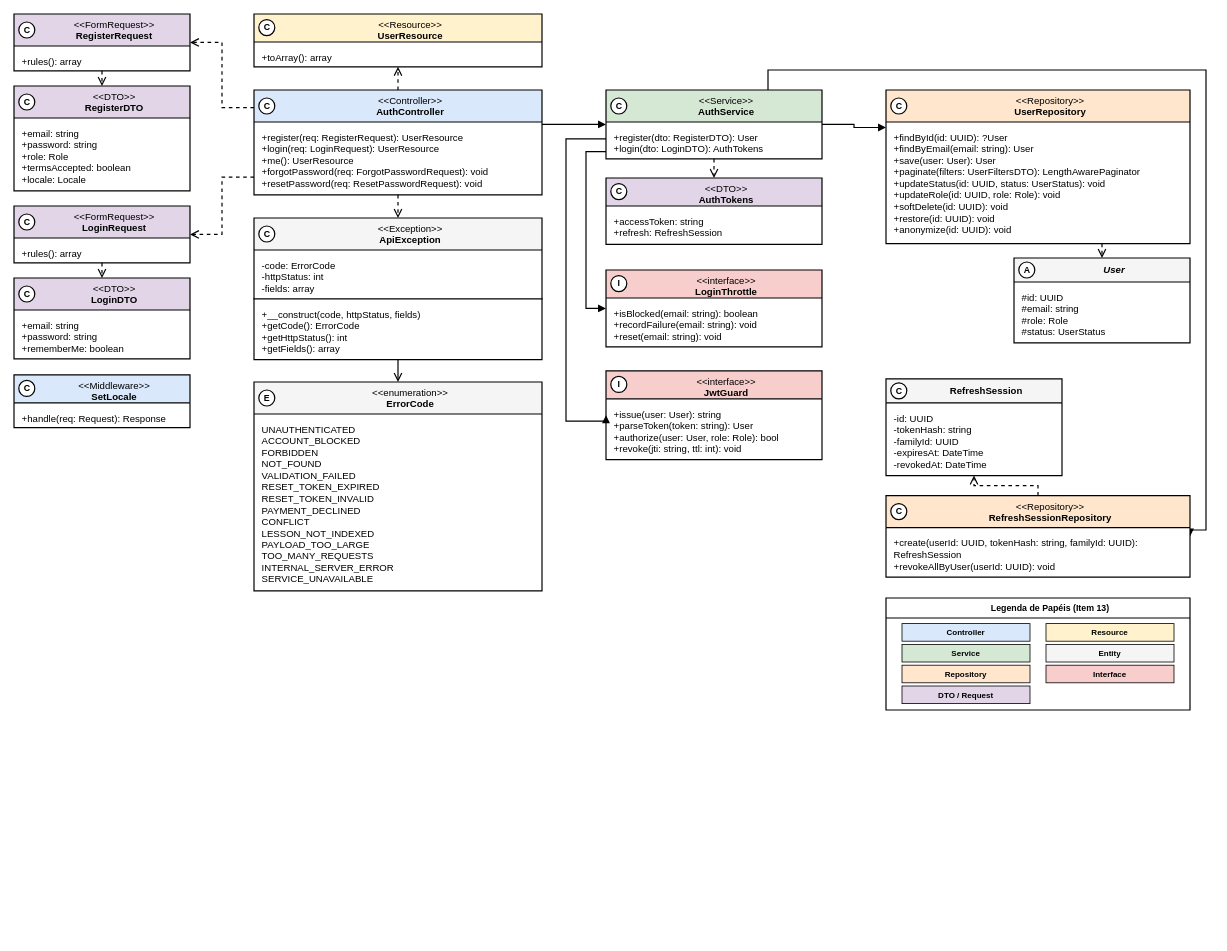
This is especificacao/diagramas/13-classes-area-a-implementacao-login.drawio from Plataforma-de-Cursos-TCC/plataforma-cursos-docs, a draw.io file, before an edit. Source tidied: cells renumbered, new cells numbered last; positions are measured from the earlier drawing's top-left corner, leaving out a move shared by most shapes. Both pictures are drawn from the tidied source at 80%, with x=0, y=0 at pixel (14, 14).
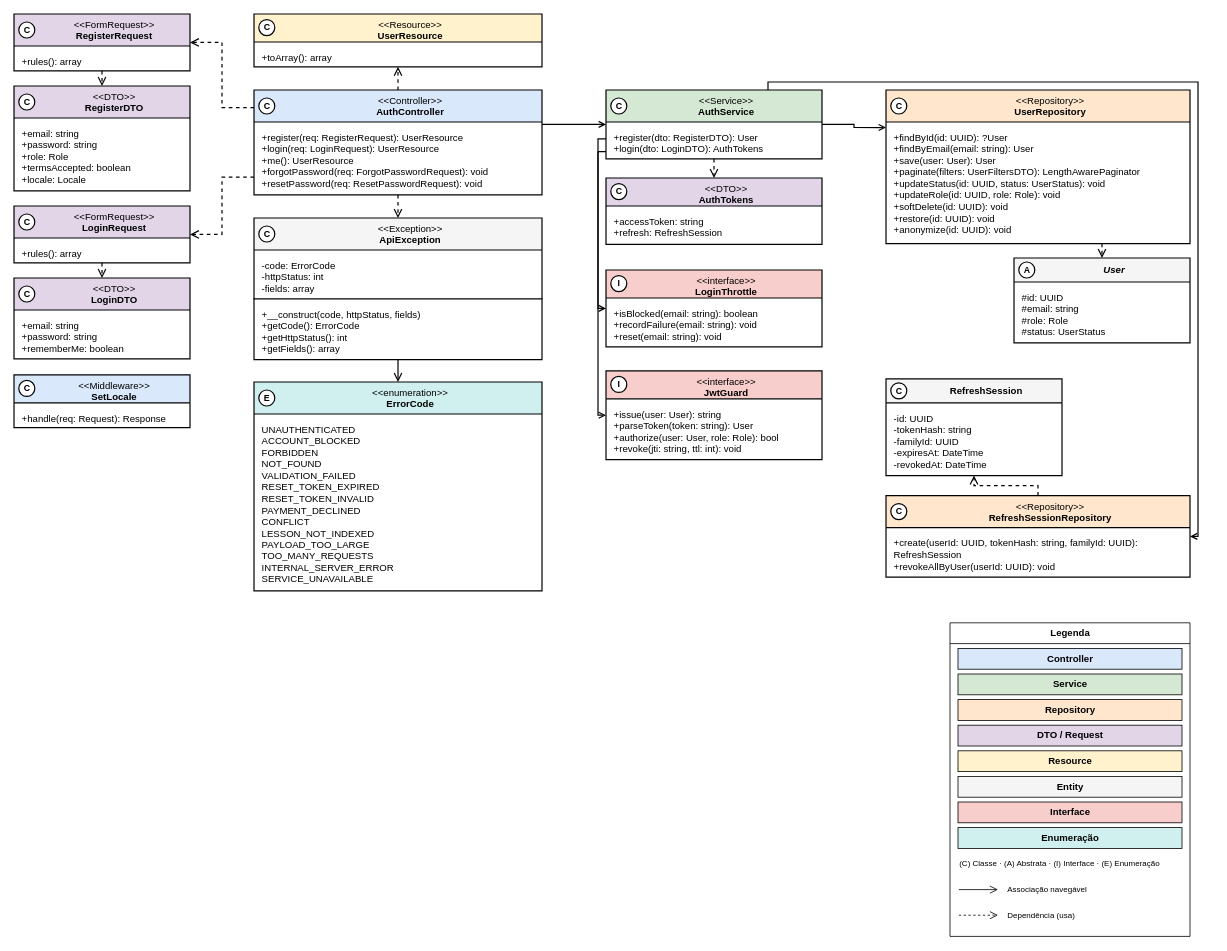
Above is the later version.

Commit message (it also covers changes not shown here):
feat(diagrams): add a normalizer and checker for items 12 and 13

Unchanged cells that the change refers to:
```xml
<mxCell id="2" value="&amp;lt;&amp;lt;FormRequest&amp;gt;&amp;gt;&lt;br&gt;&lt;b&gt;RegisterRequest&lt;/b&gt;" style="swimlane;html=1;fontStyle=0;align=center;verticalAlign=top;startSize=40;fillColor=#E1D5E7;swimlaneFillColor=#FFFFFF;strokeColor=#000000;strokeWidth=1.5;fontFamily=Helvetica;fontSize=12;fontColor=#000000;rounded=0;spacingLeft=30;" parent="1" vertex="1">
  <mxGeometry width="220" height="71" as="geometry" />
</mxCell>
<mxCell id="6" value="&amp;lt;&amp;lt;FormRequest&amp;gt;&amp;gt;&lt;br&gt;&lt;b&gt;LoginRequest&lt;/b&gt;" style="swimlane;html=1;fontStyle=0;align=center;verticalAlign=top;startSize=40;fillColor=#E1D5E7;swimlaneFillColor=#FFFFFF;strokeColor=#000000;strokeWidth=1.5;fontFamily=Helvetica;fontSize=12;fontColor=#000000;rounded=0;spacingLeft=30;" parent="1" vertex="1">
  <mxGeometry y="240" width="220" height="71" as="geometry" />
</mxCell>
<mxCell id="14" value="&amp;lt;&amp;lt;Controller&amp;gt;&amp;gt;&lt;br&gt;&lt;b&gt;AuthController&lt;/b&gt;" style="swimlane;html=1;fontStyle=0;align=center;verticalAlign=top;startSize=40;fillColor=#DAE8FC;swimlaneFillColor=#FFFFFF;strokeColor=#000000;strokeWidth=1.5;fontFamily=Helvetica;fontSize=12;fontColor=#000000;rounded=0;spacingLeft=30;" parent="1" vertex="1">
  <mxGeometry x="300" y="95" width="360" height="131" as="geometry" />
</mxCell>
<mxCell id="21" value="&amp;lt;&amp;lt;Service&amp;gt;&amp;gt;&lt;br&gt;&lt;b&gt;AuthService&lt;/b&gt;" style="swimlane;html=1;fontStyle=0;align=center;verticalAlign=top;startSize=40;fillColor=#D5E8D4;swimlaneFillColor=#FFFFFF;strokeColor=#000000;strokeWidth=1.5;fontFamily=Helvetica;fontSize=12;fontColor=#000000;rounded=0;spacingLeft=30;" parent="1" vertex="1">
  <mxGeometry x="740" y="95" width="270" height="86" as="geometry" />
</mxCell>
<mxCell id="25" value="&amp;lt;&amp;lt;interface&amp;gt;&amp;gt;&lt;br&gt;&lt;b&gt;LoginThrottle&lt;/b&gt;" style="swimlane;html=1;fontStyle=0;align=center;verticalAlign=top;startSize=35;fillColor=#F8CECC;swimlaneFillColor=#FFFFFF;strokeColor=#000000;strokeWidth=1.5;fontFamily=Helvetica;fontSize=12;fontColor=#000000;rounded=0;spacingLeft=30;" parent="1" vertex="1">
  <mxGeometry x="740" y="320" width="270" height="96" as="geometry" />
</mxCell>
<mxCell id="27" value="&amp;lt;&amp;lt;interface&amp;gt;&amp;gt;&lt;br&gt;&lt;b&gt;JwtGuard&lt;/b&gt;" style="swimlane;html=1;fontStyle=0;align=center;verticalAlign=top;startSize=35;fillColor=#F8CECC;swimlaneFillColor=#FFFFFF;strokeColor=#000000;strokeWidth=1.5;fontFamily=Helvetica;fontSize=12;fontColor=#000000;rounded=0;spacingLeft=30;" parent="1" vertex="1">
  <mxGeometry x="740" y="446" width="270" height="111" as="geometry" />
</mxCell>
<mxCell id="29" value="&amp;lt;&amp;lt;Repository&amp;gt;&amp;gt;&lt;br&gt;&lt;b&gt;UserRepository&lt;/b&gt;" style="swimlane;html=1;fontStyle=0;align=center;verticalAlign=top;startSize=40;fillColor=#FFE6CC;swimlaneFillColor=#FFFFFF;strokeColor=#000000;strokeWidth=1.5;fontFamily=Helvetica;fontSize=12;fontColor=#000000;rounded=0;spacingLeft=30;" parent="1" vertex="1">
  <mxGeometry x="1090" y="95" width="380" height="192" as="geometry" />
</mxCell>
<mxCell id="57" value="&amp;lt;&amp;lt;Repository&amp;gt;&amp;gt;&lt;br&gt;&lt;b&gt;RefreshSessionRepository&lt;/b&gt;" style="swimlane;html=1;fontStyle=0;align=center;verticalAlign=top;startSize=40;fillColor=#FFE6CC;swimlaneFillColor=#FFFFFF;strokeColor=#000000;strokeWidth=1.5;fontFamily=Helvetica;fontSize=12;fontColor=#000000;rounded=0;spacingLeft=30;" parent="1" vertex="1">
  <mxGeometry x="1090" y="602" width="380" height="102" as="geometry" />
</mxCell>
```

What changed in the source:
```diff
@@
-    <mxCell id="19" value="&amp;lt;&amp;lt;enumeration&amp;gt;&amp;gt;&lt;br&gt;&lt;b&gt;ErrorCode&lt;/b&gt;" style="swimlane;html=1;fontStyle=0;align=center;verticalAlign=top;startSize=40;fillColor=#F5F5F5;swimlaneFillColor=#FFFFFF;strokeColor=#000000;strokeWidth=1.5;fontFamily=Helvetica;fontSize=12;fontColor=#000000;rounded=0;spacingLeft=30;" parent="1" vertex="1">
+    <mxCell id="19" value="&amp;lt;&amp;lt;enumeration&amp;gt;&amp;gt;&lt;br&gt;&lt;b&gt;ErrorCode&lt;/b&gt;" style="swimlane;html=1;fontStyle=0;align=center;verticalAlign=top;startSize=40;swimlaneFillColor=#FFFFFF;strokeColor=#000000;strokeWidth=1.5;fontFamily=Helvetica;fontSize=12;fontColor=#000000;rounded=0;spacingLeft=30;fillColor=#D0F0F0;" parent="1" vertex="1">
       <mxGeometry x="300" y="460" width="360" height="261" as="geometry" />
     </mxCell>
@@
-    <mxCell id="35" value="&lt;b&gt;Legenda de Papéis (Item 13)&lt;/b&gt;" style="swimlane;html=1;fontStyle=0;align=center;verticalAlign=middle;startSize=25;fillColor=#FFFFFF;swimlaneFillColor=#FFFFFF;strokeColor=#000000;strokeWidth=1.5;fontFamily=Helvetica;fontSize=11;fontColor=#000000;rounded=0;spacingLeft=30;" parent="1" vertex="1">
-      <mxGeometry x="1090" y="730" width="380" height="140" as="geometry" />
-    </mxCell>
-    <mxCell id="36" value="&lt;b&gt;Controller&lt;/b&gt;" style="rounded=0;whiteSpace=wrap;html=1;fillColor=#DAE8FC;strokeColor=#000000;strokeWidth=1;fontSize=10;fontFamily=Helvetica;fontColor=#000000;align=center;verticalAlign=middle;" parent="35" vertex="1">
-      <mxGeometry x="20" y="32" width="160" height="22" as="geometry" />
-    </mxCell>
-    <mxCell id="37" value="&lt;b&gt;Service&lt;/b&gt;" style="rounded=0;whiteSpace=wrap;html=1;fillColor=#D5E8D4;strokeColor=#000000;strokeWidth=1;fontSize=10;fontFamily=Helvetica;fontColor=#000000;align=center;verticalAlign=middle;" parent="35" vertex="1">
-      <mxGeometry x="20" y="58" width="160" height="22" as="geometry" />
-    </mxCell>
-    <mxCell id="38" value="&lt;b&gt;Repository&lt;/b&gt;" style="rounded=0;whiteSpace=wrap;html=1;fillColor=#FFE6CC;strokeColor=#000000;strokeWidth=1;fontSize=10;fontFamily=Helvetica;fontColor=#000000;align=center;verticalAlign=middle;" parent="35" vertex="1">
-      <mxGeometry x="20" y="84" width="160" height="22" as="geometry" />
-    </mxCell>
-    <mxCell id="39" value="&lt;b&gt;DTO / Request&lt;/b&gt;" style="rounded=0;whiteSpace=wrap;html=1;fillColor=#E1D5E7;strokeColor=#000000;strokeWidth=1;fontSize=10;fontFamily=Helvetica;fontColor=#000000;align=center;verticalAlign=middle;" parent="35" vertex="1">
-      <mxGeometry x="20" y="110" width="160" height="22" as="geometry" />
-    </mxCell>
-    <mxCell id="40" value="&lt;b&gt;Resource&lt;/b&gt;" style="rounded=0;whiteSpace=wrap;html=1;fillColor=#FFF2CC;strokeColor=#000000;strokeWidth=1;fontSize=10;fontFamily=Helvetica;fontColor=#000000;align=center;verticalAlign=middle;" parent="35" vertex="1">
-      <mxGeometry x="200" y="32" width="160" height="22" as="geometry" />
-    </mxCell>
-    <mxCell id="41" value="&lt;b&gt;Entity&lt;/b&gt;" style="rounded=0;whiteSpace=wrap;html=1;fillColor=#F5F5F5;strokeColor=#000000;strokeWidth=1;fontSize=10;fontFamily=Helvetica;fontColor=#000000;align=center;verticalAlign=middle;" parent="35" vertex="1">
-      <mxGeometry x="200" y="58" width="160" height="22" as="geometry" />
-    </mxCell>
-    <mxCell id="42" value="&lt;b&gt;Interface&lt;/b&gt;" style="rounded=0;whiteSpace=wrap;html=1;fillColor=#F8CECC;strokeColor=#000000;strokeWidth=1;fontSize=10;fontFamily=Helvetica;fontColor=#000000;align=center;verticalAlign=middle;" parent="35" vertex="1">
-      <mxGeometry x="200" y="84" width="160" height="22" as="geometry" />
-    </mxCell>
@@
     <mxCell id="44" style="edgeStyle=orthogonalEdgeStyle;rounded=0;html=1;dashed=1;strokeColor=#000000;strokeWidth=1.5;endArrow=open;endSize=8;exitX=0;exitY=0.1679;entryX=1;entryY=0.5;" parent="1" edge="1" source="14" target="2">
-      <mxGeometry relative="1" as="geometry">
-        <Array as="points">
-          <mxPoint x="260" y="117" />
-          <mxPoint x="260" y="35.5" />
-        </Array>
-      </mxGeometry>
+      <mxGeometry relative="1" as="geometry" />
     </mxCell>
@@
     <mxCell id="46" style="edgeStyle=orthogonalEdgeStyle;rounded=0;html=1;dashed=1;strokeColor=#000000;strokeWidth=1.5;endArrow=open;endSize=8;exitX=0;exitY=0.8321;entryX=1;entryY=0.5;" parent="1" edge="1" source="14" target="6">
-      <mxGeometry relative="1" as="geometry">
-        <Array as="points">
-          <mxPoint x="260" y="204" />
-          <mxPoint x="260" y="275.5" />
-        </Array>
-      </mxGeometry>
+      <mxGeometry relative="1" as="geometry" />
     </mxCell>
@@
-    <mxCell id="48" style="edgeStyle=orthogonalEdgeStyle;rounded=0;html=1;strokeColor=#000000;strokeWidth=1.5;endArrow=block;endFill=1;endSize=6;exitX=1;exitY=0.3282;entryX=0;entryY=0.5;" parent="1" edge="1" source="14" target="21">
+    <mxCell id="48" style="edgeStyle=orthogonalEdgeStyle;rounded=0;html=1;strokeColor=#000000;strokeWidth=1.5;endSize=6;exitX=1;exitY=0.3282;entryX=0;entryY=0.5;endArrow=open;endFill=0;" parent="1" edge="1" source="14" target="21">
       <mxGeometry relative="1" as="geometry" />
     </mxCell>
@@
-    <mxCell id="50" style="edgeStyle=orthogonalEdgeStyle;rounded=0;html=1;strokeColor=#000000;strokeWidth=1.5;endArrow=block;endFill=1;endSize=6;exitX=0;exitY=0.8953;entryX=0;entryY=0.5;" parent="1" edge="1" source="21" target="25">
-      <mxGeometry relative="1" as="geometry">
-        <Array as="points">
-          <mxPoint x="715" y="172" />
-          <mxPoint x="715" y="368" />
-        </Array>
-      </mxGeometry>
+    <mxCell id="50" style="edgeStyle=orthogonalEdgeStyle;rounded=0;html=1;strokeColor=#000000;strokeWidth=1.5;endSize=6;exitX=0;exitY=0.8953;entryX=0;entryY=0.5;endArrow=open;endFill=0;" parent="1" edge="1" source="21" target="25">
+      <mxGeometry relative="1" as="geometry" />
     </mxCell>
-    <mxCell id="51" style="edgeStyle=orthogonalEdgeStyle;rounded=0;html=1;strokeColor=#000000;strokeWidth=1.5;endArrow=block;endFill=1;endSize=6;exitX=0;exitY=0.7093;entryX=0;entryY=0.5;" parent="1" edge="1" source="21" target="27">
-      <mxGeometry relative="1" as="geometry">
-        <Array as="points">
-          <mxPoint x="690" y="156" />
-          <mxPoint x="690" y="509" />
-        </Array>
-      </mxGeometry>
+    <mxCell id="51" style="edgeStyle=orthogonalEdgeStyle;rounded=0;html=1;strokeColor=#000000;strokeWidth=1.5;endSize=6;exitX=0;exitY=0.7093;entryX=0;entryY=0.5;endArrow=open;endFill=0;" parent="1" edge="1" source="21" target="27">
+      <mxGeometry relative="1" as="geometry" />
     </mxCell>
-    <mxCell id="52" style="edgeStyle=orthogonalEdgeStyle;rounded=0;html=1;strokeColor=#000000;strokeWidth=1.5;endArrow=block;endFill=1;endSize=6;exitX=1;exitY=0.5;entryX=0;entryY=0.2443;" parent="1" edge="1" source="21" target="29">
+    <mxCell id="52" style="edgeStyle=orthogonalEdgeStyle;rounded=0;html=1;strokeColor=#000000;strokeWidth=1.5;endSize=6;exitX=1;exitY=0.5;entryX=0;entryY=0.2443;endArrow=open;endFill=0;" parent="1" edge="1" source="21" target="29">
       <mxGeometry relative="1" as="geometry" />
     </mxCell>
-    <mxCell id="53" style="edgeStyle=orthogonalEdgeStyle;rounded=0;html=1;strokeColor=#000000;strokeWidth=1.5;endArrow=block;endFill=1;endSize=6;exitX=0.75;exitY=0;entryX=1;entryY=0.5;" parent="1" edge="1" source="21" target="57">
-      <mxGeometry relative="1" as="geometry">
-        <Array as="points">
-          <mxPoint x="943" y="70" />
-          <mxPoint x="1490" y="70" />
-          <mxPoint x="1490" y="645" />
-        </Array>
-      </mxGeometry>
+    <mxCell id="53" style="edgeStyle=orthogonalEdgeStyle;rounded=0;html=1;strokeColor=#000000;strokeWidth=1.5;endSize=6;exitX=0.75;exitY=0;entryX=1;entryY=0.5;endArrow=open;endFill=0;" parent="1" edge="1" source="21" target="57">
+      <mxGeometry relative="1" as="geometry" />
     </mxCell>
@@
+    <mxCell id="77" value="Legenda" style="swimlane;html=1;rounded=0;startSize=26;fontStyle=1;fillColor=#FFFFFF;swimlaneFillColor=#FFFFFF;strokeColor=#000000;" parent="1" vertex="1">
+      <mxGeometry x="1170" y="761" width="300" height="392" as="geometry" />
+    </mxCell>
+    <mxCell id="36" value="Controller" style="rounded=0;html=1;fillColor=#DAE8FC;strokeColor=#000000;fontStyle=1;" parent="77" vertex="1">
+      <mxGeometry x="10" y="32" width="280" height="26" as="geometry" />
+    </mxCell>
+    <mxCell id="37" value="Service" style="rounded=0;html=1;fillColor=#D5E8D4;strokeColor=#000000;fontStyle=1;" parent="77" vertex="1">
+      <mxGeometry x="10" y="64" width="280" height="26" as="geometry" />
+    </mxCell>
+    <mxCell id="38" value="Repository" style="rounded=0;html=1;fillColor=#FFE6CC;strokeColor=#000000;fontStyle=1;" parent="77" vertex="1">
+      <mxGeometry x="10" y="96" width="280" height="26" as="geometry" />
+    </mxCell>
+    <mxCell id="39" value="DTO / Request" style="rounded=0;html=1;fillColor=#E1D5E7;strokeColor=#000000;fontStyle=1;" parent="77" vertex="1">
+      <mxGeometry x="10" y="128" width="280" height="26" as="geometry" />
+    </mxCell>
+    <mxCell id="40" value="Resource" style="rounded=0;html=1;fillColor=#FFF2CC;strokeColor=#000000;fontStyle=1;" parent="77" vertex="1">
+      <mxGeometry x="10" y="160" width="280" height="26" as="geometry" />
+    </mxCell>
+    <mxCell id="41" value="Entity" style="rounded=0;html=1;fillColor=#F5F5F5;strokeColor=#000000;fontStyle=1;" parent="77" vertex="1">
+      <mxGeometry x="10" y="192" width="280" height="26" as="geometry" />
+    </mxCell>
+    <mxCell id="42" value="Interface" style="rounded=0;html=1;fillColor=#F8CECC;strokeColor=#000000;fontStyle=1;" parent="77" vertex="1">
+      <mxGeometry x="10" y="224" width="280" height="26" as="geometry" />
+    </mxCell>
+    <mxCell id="78" value="Enumeração" style="rounded=0;html=1;fillColor=#D0F0F0;strokeColor=#000000;fontStyle=1;" parent="77" vertex="1">
+      <mxGeometry x="10" y="256" width="280" height="26" as="geometry" />
+    </mxCell>
+    <mxCell id="79" value="(C) Classe · (A) Abstrata · (I) Interface · (E) Enumeração" style="text;html=1;align=left;verticalAlign=middle;fontSize=10;whiteSpace=wrap;" parent="77" vertex="1">
+      <mxGeometry x="10" y="288" width="280" height="26" as="geometry" />
+    </mxCell>
+    <mxCell id="80" style="point;size=1;strokeColor=none;fillColor=none;" parent="77" vertex="1">
+      <mxGeometry x="10" y="333" width="1" height="1" as="geometry" />
+    </mxCell>
+    <mxCell id="81" style="point;size=1;strokeColor=none;fillColor=none;" parent="77" vertex="1">
+      <mxGeometry x="60" y="333" width="1" height="1" as="geometry" />
+    </mxCell>
+    <mxCell id="82" style="edgeStyle=orthogonalEdgeStyle;rounded=0;html=1;strokeColor=#000000;endSize=8;startSize=10;endArrow=open;endFill=0;" parent="77" edge="1" source="80" target="81">
+      <mxGeometry relative="1" as="geometry" />
+    </mxCell>
+    <mxCell id="83" value="Associação navegável" style="text;html=1;align=left;verticalAlign=middle;fontSize=10;whiteSpace=wrap;" parent="77" vertex="1">
+      <mxGeometry x="70" y="320" width="220" height="26" as="geometry" />
+    </mxCell>
+    <mxCell id="84" style="point;size=1;strokeColor=none;fillColor=none;" parent="77" vertex="1">
+      <mxGeometry x="10" y="365" width="1" height="1" as="geometry" />
+    </mxCell>
+    <mxCell id="85" style="point;size=1;strokeColor=none;fillColor=none;" parent="77" vertex="1">
+      <mxGeometry x="60" y="365" width="1" height="1" as="geometry" />
+    </mxCell>
+    <mxCell id="86" style="edgeStyle=orthogonalEdgeStyle;rounded=0;html=1;strokeColor=#000000;endSize=8;startSize=10;dashed=1;endArrow=open;endFill=0;" parent="77" edge="1" source="84" target="85">
+      <mxGeometry relative="1" as="geometry" />
+    </mxCell>
+    <mxCell id="87" value="Dependência (usa)" style="text;html=1;align=left;verticalAlign=middle;fontSize=10;whiteSpace=wrap;" parent="77" vertex="1">
+      <mxGeometry x="70" y="352" width="220" height="26" as="geometry" />
+    </mxCell>
```
